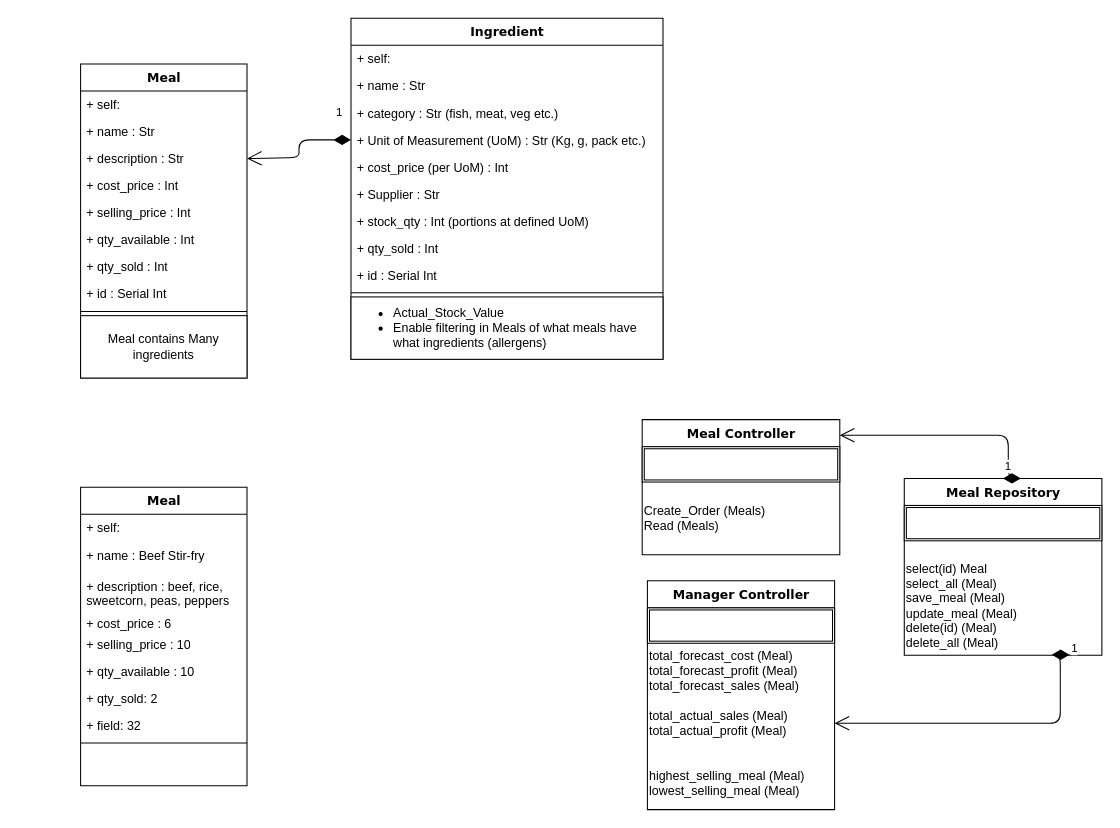
KryptoFlamingo/Inventory_Management_App keeps this draw.io diagram as documentation/Class Diagram.drawio. Above is the earlier version. Source tidied: cells renumbered, new cells numbered last; positions are measured from the earlier drawing's top-left corner, leaving out a move shared by most shapes. Both pictures are drawn from the tidied source at 104%, with x=0, y=0 at pixel (80, 18).
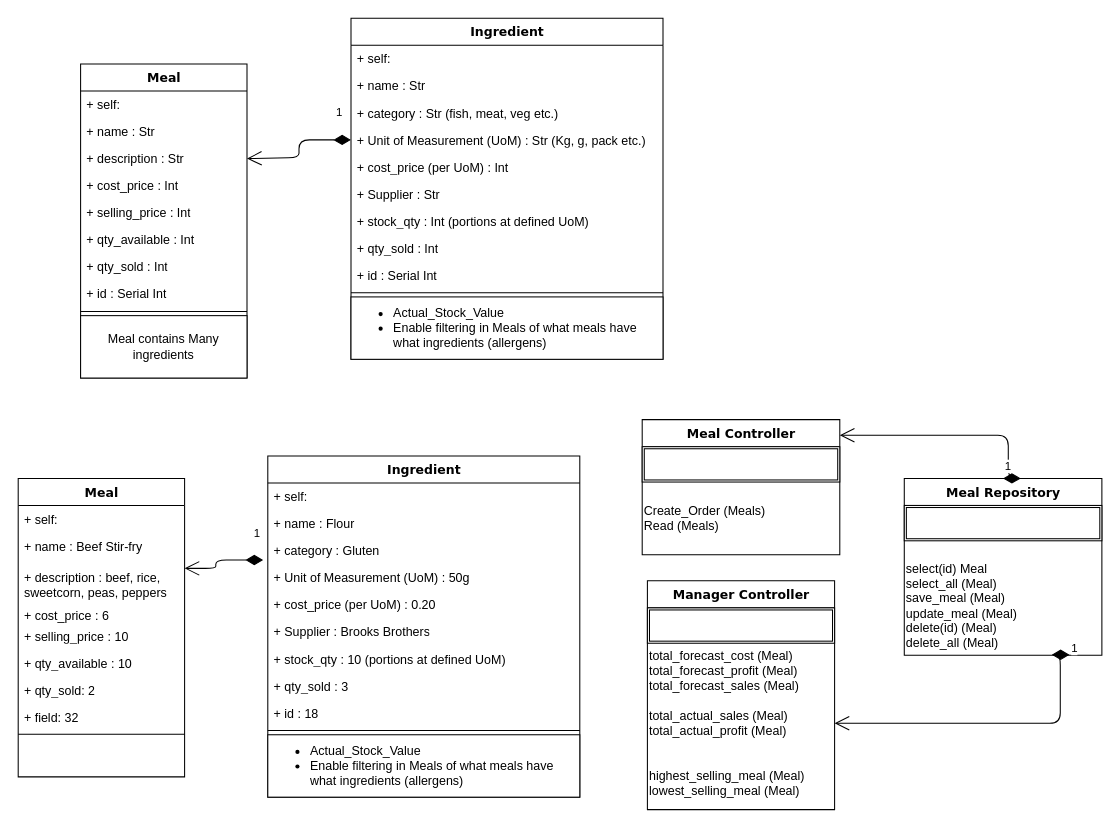
The same diagram, later.

The edit, as a diff of the source:
```diff
@@
     <mxCell id="26" value="Meal" style="swimlane;html=1;fontStyle=1;align=center;verticalAlign=top;horizontal=1;startSize=26;swimlaneFillColor=#ffffff;rounded=0;shadow=0;comic=0;labelBackgroundColor=none;strokeWidth=1;fillColor=none;fontFamily=Verdana;fontSize=12;" parent="1" vertex="1">
-      <mxGeometry y="451" width="160" height="287" as="geometry" />
+      <mxGeometry x="-60" y="442.5" width="160" height="287" as="geometry" />
     </mxCell>
@@
+    <mxCell id="48" value="Ingredient" style="swimlane;html=1;fontStyle=1;align=center;verticalAlign=top;horizontal=1;startSize=26;swimlaneFillColor=#ffffff;rounded=0;shadow=0;comic=0;labelBackgroundColor=none;strokeWidth=1;fillColor=none;fontFamily=Verdana;fontSize=12;" parent="1" vertex="1">
+      <mxGeometry x="180" y="421" width="300" height="328" as="geometry" />
+    </mxCell>
+    <mxCell id="49" value="+ self:" style="text;html=1;strokeColor=none;fillColor=none;align=left;verticalAlign=top;spacingLeft=4;spacingRight=4;whiteSpace=wrap;overflow=hidden;" parent="48" vertex="1">
+      <mxGeometry y="26" width="300" height="26" as="geometry" />
+    </mxCell>
+    <mxCell id="50" value="+ name : Flour" style="text;html=1;strokeColor=none;fillColor=none;align=left;verticalAlign=top;spacingLeft=4;spacingRight=4;whiteSpace=wrap;overflow=hidden;" parent="48" vertex="1">
+      <mxGeometry y="52" width="300" height="26" as="geometry" />
+    </mxCell>
+    <mxCell id="51" value="+ category : Gluten" style="text;html=1;strokeColor=none;fillColor=none;align=left;verticalAlign=top;spacingLeft=4;spacingRight=4;whiteSpace=wrap;overflow=hidden;points=[[0,0.5],[1,0.5]];portConstraint=eastwest;" parent="48" vertex="1">
+      <mxGeometry y="78" width="300" height="26" as="geometry" />
+    </mxCell>
+    <mxCell id="52" value="1" style="endArrow=open;html=1;endSize=12;startArrow=diamondThin;startSize=14;startFill=1;edgeStyle=orthogonalEdgeStyle;align=left;verticalAlign=bottom;exitX=-0.015;exitY=0.847;exitDx=0;exitDy=0;exitPerimeter=0;" parent="48" edge="1" source="51">
+      <mxGeometry x="-0.73" y="-17" relative="1" as="geometry">
+        <mxPoint x="-80" y="108" as="targetPoint" />
+        <Array as="points">
+          <mxPoint x="-50" y="100" />
+          <mxPoint x="-50" y="108" />
+        </Array>
+      </mxGeometry>
+    </mxCell>
+    <mxCell id="53" value="+ Unit of Measurement (UoM) : 50g" style="text;html=1;strokeColor=none;fillColor=none;align=left;verticalAlign=top;spacingLeft=4;spacingRight=4;whiteSpace=wrap;overflow=hidden;" parent="48" vertex="1">
+      <mxGeometry y="104" width="300" height="26" as="geometry" />
+    </mxCell>
+    <mxCell id="54" value="+ cost_price (per UoM) : 0.20" style="text;html=1;strokeColor=none;fillColor=none;align=left;verticalAlign=top;spacingLeft=4;spacingRight=4;whiteSpace=wrap;overflow=hidden;" parent="48" vertex="1">
+      <mxGeometry y="130" width="300" height="26" as="geometry" />
+    </mxCell>
+    <mxCell id="55" value="+ Supplier : Brooks Brothers" style="text;html=1;strokeColor=none;fillColor=none;align=left;verticalAlign=top;spacingLeft=4;spacingRight=4;whiteSpace=wrap;overflow=hidden;" parent="48" vertex="1">
+      <mxGeometry y="156" width="300" height="26" as="geometry" />
+    </mxCell>
+    <mxCell id="56" value="+ stock_qty : 10 (portions at defined UoM)" style="text;html=1;strokeColor=none;fillColor=none;align=left;verticalAlign=top;spacingLeft=4;spacingRight=4;whiteSpace=wrap;overflow=hidden;" parent="48" vertex="1">
+      <mxGeometry y="182" width="300" height="26" as="geometry" />
+    </mxCell>
+    <mxCell id="57" value="+ qty_sold : 3" style="text;html=1;strokeColor=none;fillColor=none;align=left;verticalAlign=top;spacingLeft=4;spacingRight=4;whiteSpace=wrap;overflow=hidden;" parent="48" vertex="1">
+      <mxGeometry y="208" width="300" height="26" as="geometry" />
+    </mxCell>
+    <mxCell id="58" value="+ id : 18" style="text;html=1;strokeColor=none;fillColor=none;align=left;verticalAlign=top;spacingLeft=4;spacingRight=4;whiteSpace=wrap;overflow=hidden;" parent="48" vertex="1">
+      <mxGeometry y="234" width="300" height="26" as="geometry" />
+    </mxCell>
+    <mxCell id="59" style="line;html=1;strokeWidth=1;fillColor=none;align=left;verticalAlign=middle;spacingTop=-1;spacingLeft=3;spacingRight=3;labelPosition=right;" parent="48" vertex="1">
+      <mxGeometry y="260" width="300" height="8" as="geometry" />
+    </mxCell>
+    <mxCell id="60" value="&lt;div style=&quot;text-align: left&quot;&gt;&lt;ul&gt;&lt;li&gt;&lt;span&gt;Actual_Stock_Value&lt;/span&gt;&lt;/li&gt;&lt;li&gt;Enable filtering in Meals of what meals have what ingredients (allergens)&lt;/li&gt;&lt;/ul&gt;&lt;/div&gt;" style="rounded=0;whiteSpace=wrap;html=1;" parent="48" vertex="1">
+      <mxGeometry y="268" width="300" height="60" as="geometry" />
+    </mxCell>
```
